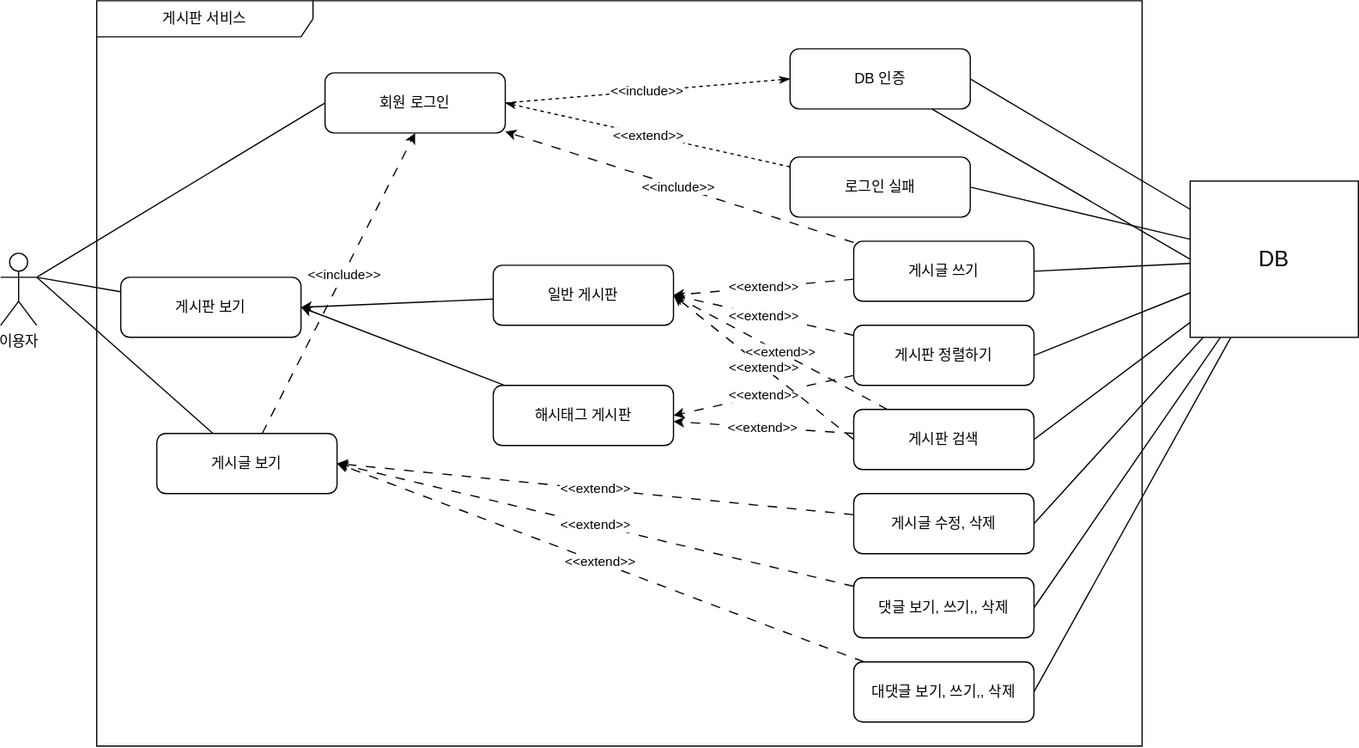
The draw.io diagram document/use-case.svg in Inderby/BoardService, before a commit. Source tidied: cells renumbered, new cells last; positions are measured from the earlier drawing's top-left corner, leaving out a move shared by most shapes.
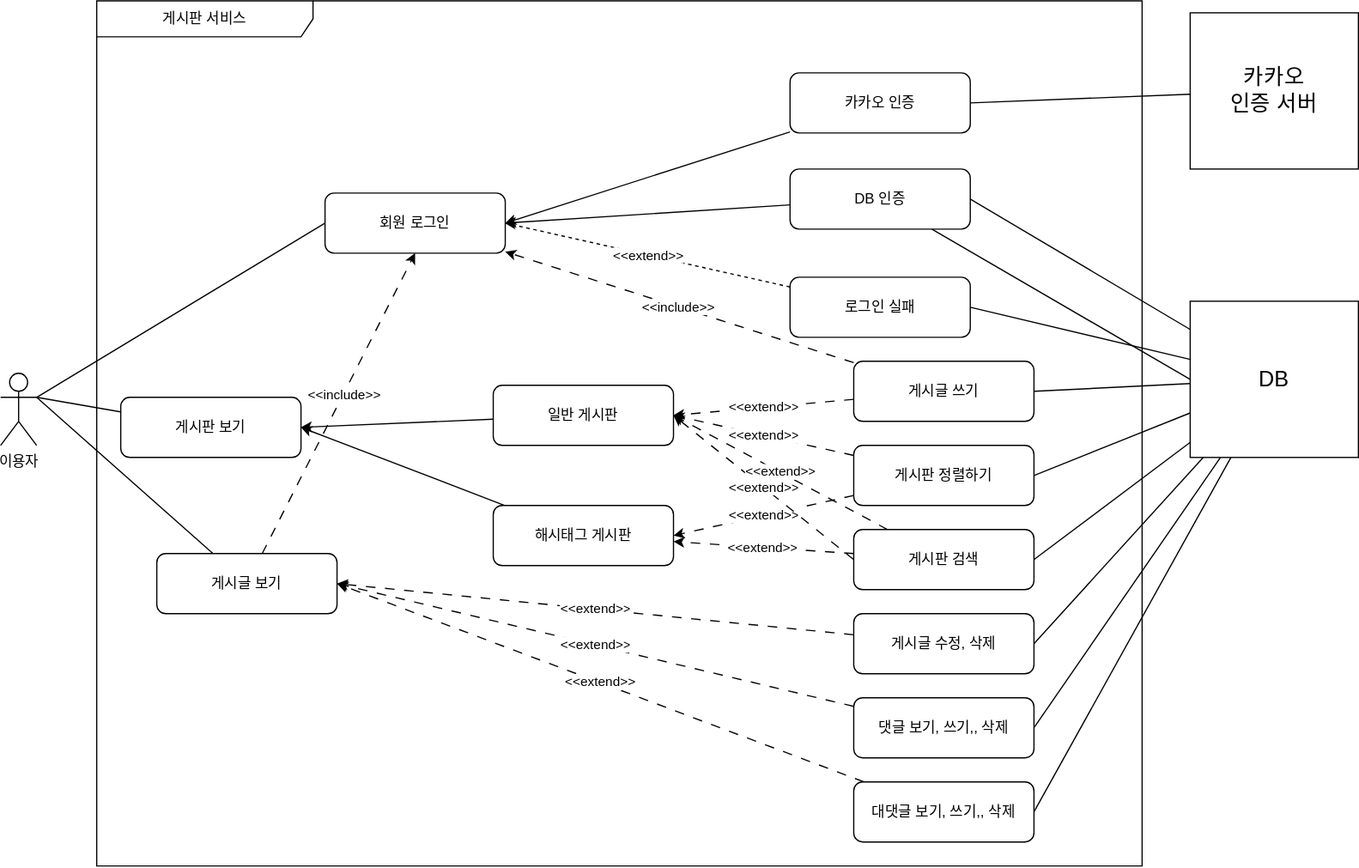
After the commit.

Commit message:
#57 - usage-case.svg: 카카오 인증 유즈 케이스 추가(대댓글은 미리 표현 해둠)

What changed in the source:
```diff
@@ -15,11 +15,8 @@
       <mxGeometry y="210" width="30" height="60" as="geometry" />
     </mxCell>
     <mxCell id="6" value="게시판 서비스" style="shape=umlFrame;whiteSpace=wrap;html=1;width=180;height=30;" parent="1" vertex="1">
-      <mxGeometry x="80" width="870" height="620" as="geometry" />
+      <mxGeometry x="80" y="-100" width="870" height="720" as="geometry" />
     </mxCell>
-    <mxCell id="7" value="&amp;lt;&amp;lt;include&amp;gt;&amp;gt;" style="edgeStyle=none;shape=connector;rounded=0;jettySize=auto;html=1;exitX=1;exitY=0.5;exitDx=0;exitDy=0;entryX=0;entryY=0.5;entryDx=0;entryDy=0;labelBackgroundColor=default;strokeColor=default;align=center;verticalAlign=middle;fontFamily=Helvetica;fontSize=11;fontColor=default;endArrow=classicThin;endFill=1;dashed=1;" parent="1" edge="1" source="8" target="14">
-      <mxGeometry relative="1" as="geometry" />
-    </mxCell>
     <mxCell id="8" value="회원 로그인" style="rounded=1;whiteSpace=wrap;html=1;" parent="1" vertex="1">
       <mxGeometry x="270" y="60" width="150" height="50" as="geometry" />
     </mxCell>
@@ -38,6 +35,9 @@
     <mxCell id="13" style="edgeStyle=none;shape=connector;rounded=0;jettySize=auto;html=1;entryX=0;entryY=0.5;entryDx=0;entryDy=0;labelBackgroundColor=default;strokeColor=default;align=center;verticalAlign=middle;fontFamily=Helvetica;fontSize=11;fontColor=default;endArrow=none;endFill=0;" parent="1" edge="1" source="14" target="34">
       <mxGeometry relative="1" as="geometry" />
     </mxCell>
+    <mxCell id="46" style="edgeStyle=none;rounded=0;jettySize=auto;html=1;entryX=1;entryY=0.5;entryDx=0;entryDy=0;strokeColor=default;align=center;verticalAlign=middle;fontFamily=Helvetica;fontSize=11;fontColor=default;labelBackgroundColor=default;endArrow=classic;" parent="1" edge="1" source="14" target="8">
+      <mxGeometry relative="1" as="geometry" />
+    </mxCell>
     <mxCell id="14" value="DB 인증" style="rounded=1;whiteSpace=wrap;html=1;" parent="1" vertex="1">
       <mxGeometry x="657" y="40" width="150" height="50" as="geometry" />
     </mxCell>
@@ -134,5 +134,17 @@
     <mxCell id="45" value="대댓글 보기, 쓰기,, 삭제" style="rounded=1;whiteSpace=wrap;html=1;" parent="1" vertex="1">
       <mxGeometry x="710" y="550" width="150" height="50" as="geometry" />
     </mxCell>
+    <mxCell id="47" style="edgeStyle=none;rounded=0;jettySize=auto;html=1;entryX=1;entryY=0.5;entryDx=0;entryDy=0;strokeColor=default;align=center;verticalAlign=middle;fontFamily=Helvetica;fontSize=11;fontColor=default;labelBackgroundColor=default;endArrow=classic;" parent="1" edge="1" source="48" target="8">
+      <mxGeometry relative="1" as="geometry" />
+    </mxCell>
+    <mxCell id="48" value="카카오 인증" style="rounded=1;whiteSpace=wrap;html=1;" parent="1" vertex="1">
+      <mxGeometry x="657" y="-40" width="150" height="50" as="geometry" />
+    </mxCell>
+    <mxCell id="49" style="rounded=0;jettySize=auto;html=1;entryX=1;entryY=0.5;entryDx=0;entryDy=0;endArrow=none;endFill=0;" parent="1" edge="1" source="50" target="48">
+      <mxGeometry relative="1" as="geometry" />
+    </mxCell>
+    <mxCell id="50" value="&lt;font style=&quot;font-size: 18px;&quot;&gt;카카오&lt;br&gt;인증 서버&lt;br&gt;&lt;/font&gt;" style="html=1;whiteSpace=wrap;fontFamily=Helvetica;fontSize=11;fontColor=default;" parent="1" vertex="1">
+      <mxGeometry x="990" y="-90" width="140" height="130" as="geometry" />
+    </mxCell>
   </root>
 </mxGraphModel>
```
